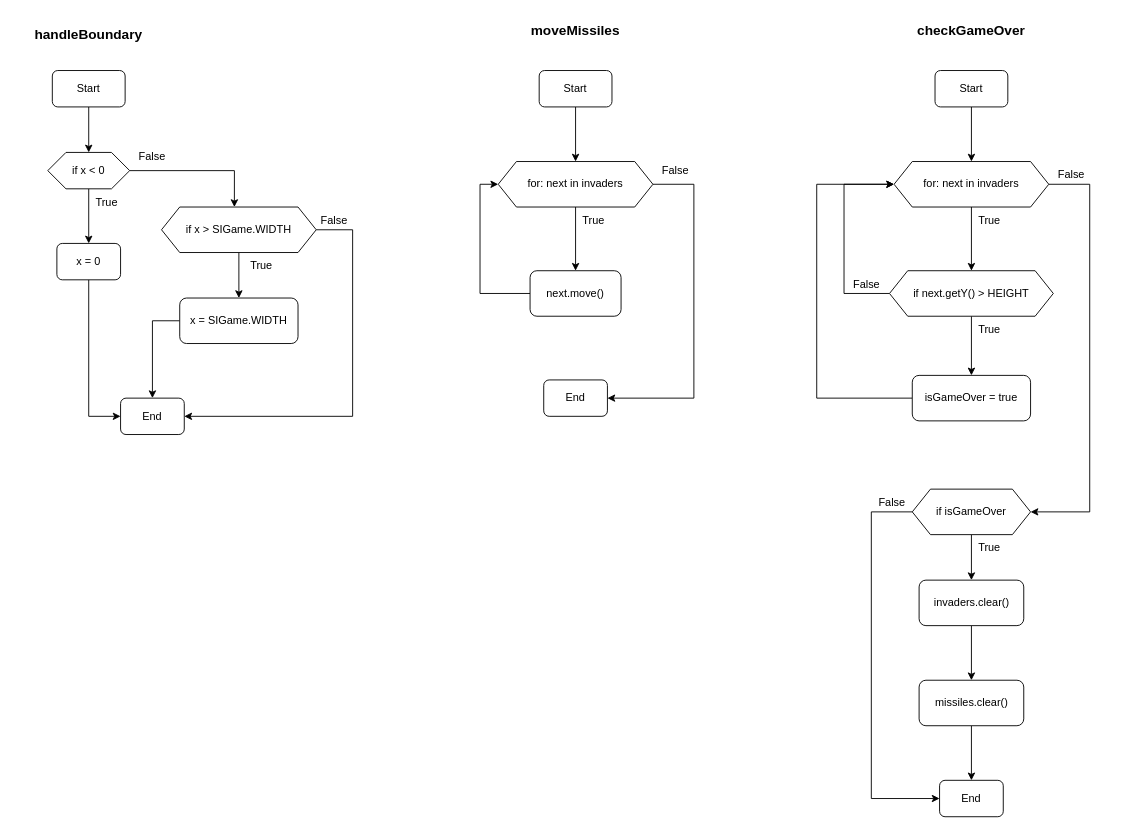
Before: Basic 2/SpaceInvader.drawio in Aimee-v-yh/draw.io, a draw.io diagram. Source tidied: cells renumbered, new cells numbered last; positions are measured from the earlier drawing's top-left corner, leaving out a move shared by most shapes. Both pictures are drawn from the tidied source at 91%, with x=0, y=0 at pixel (15, 15).
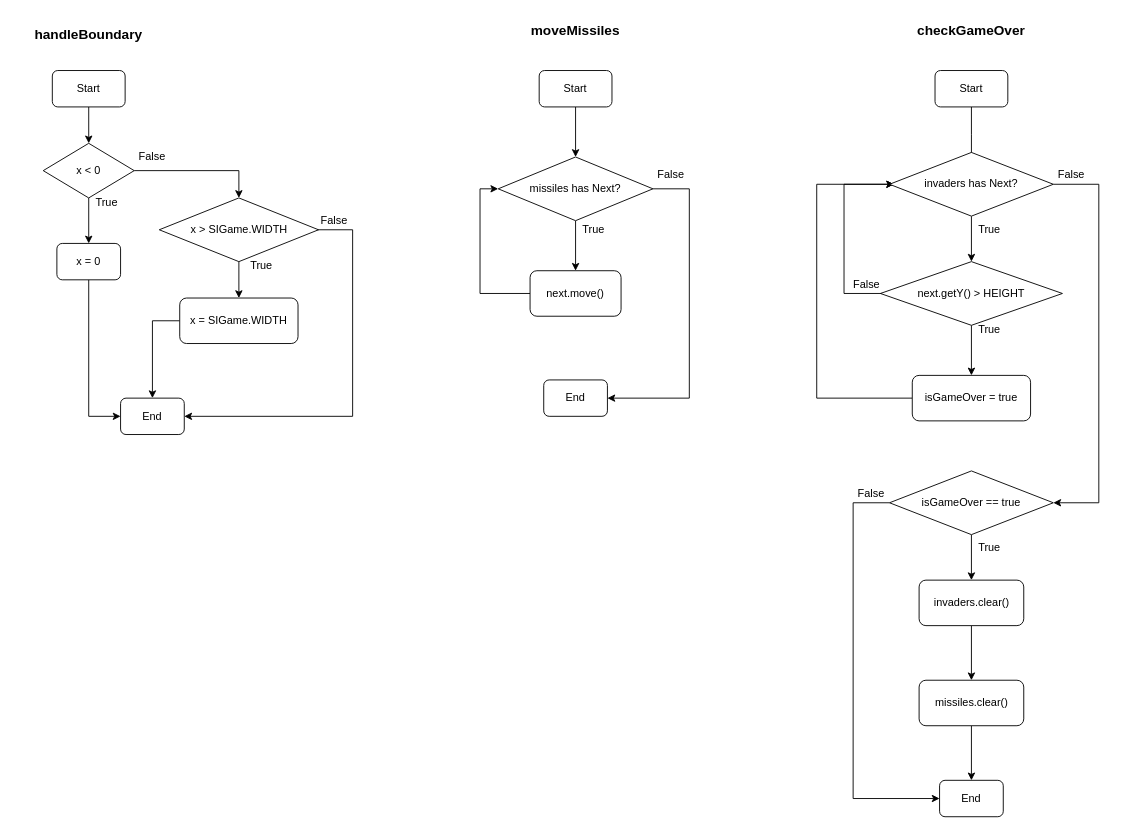
The same page after the edit.

The change refers to these unchanged cells:
```xml
<mxCell id="3" value="Start" style="rounded=1;whiteSpace=wrap;html=1;" parent="1" vertex="1">
  <mxGeometry x="40" y="60" width="80" height="40" as="geometry" />
</mxCell>
<mxCell id="9" value="x = 0" style="rounded=1;whiteSpace=wrap;html=1;" parent="1" vertex="1">
  <mxGeometry x="45" y="250" width="70" height="40" as="geometry" />
</mxCell>
<mxCell id="14" value="x = SIGame.WIDTH" style="rounded=1;whiteSpace=wrap;html=1;" parent="1" vertex="1">
  <mxGeometry x="180" y="310" width="130" height="50" as="geometry" />
</mxCell>
<mxCell id="15" value="End" style="rounded=1;whiteSpace=wrap;html=1;" parent="1" vertex="1">
  <mxGeometry x="115" y="420" width="70" height="40" as="geometry" />
</mxCell>
<mxCell id="21" value="Start" style="rounded=1;whiteSpace=wrap;html=1;" parent="1" vertex="1">
  <mxGeometry x="575" y="60" width="80" height="40" as="geometry" />
</mxCell>
<mxCell id="27" value="next.move()" style="rounded=1;whiteSpace=wrap;html=1;" parent="1" vertex="1">
  <mxGeometry x="565" y="280" width="100" height="50" as="geometry" />
</mxCell>
<mxCell id="28" value="End" style="rounded=1;whiteSpace=wrap;html=1;" parent="1" vertex="1">
  <mxGeometry x="580" y="400" width="70" height="40" as="geometry" />
</mxCell>
<mxCell id="32" value="Start" style="rounded=1;whiteSpace=wrap;html=1;" parent="1" vertex="1">
  <mxGeometry x="1010" y="60" width="80" height="40" as="geometry" />
</mxCell>
<mxCell id="41" value="isGameOver = true" style="rounded=1;whiteSpace=wrap;html=1;" parent="1" vertex="1">
  <mxGeometry x="985" y="395" width="130" height="50" as="geometry" />
</mxCell>
<mxCell id="46" value="invaders.clear()" style="rounded=1;whiteSpace=wrap;html=1;" parent="1" vertex="1">
  <mxGeometry x="992.5" y="620" width="115" height="50" as="geometry" />
</mxCell>
<mxCell id="49" value="End" style="rounded=1;whiteSpace=wrap;html=1;" parent="1" vertex="1">
  <mxGeometry x="1015" y="840" width="70" height="40" as="geometry" />
</mxCell>
```

What changed in the source:
```diff
@@
-    <mxCell id="2" style="edgeStyle=orthogonalEdgeStyle;rounded=0;jettySize=auto;html=1;exitX=0.5;exitY=1;exitDx=0;exitDy=0;entryX=0.5;entryY=0;entryDx=0;entryDy=0;" parent="1" edge="1" source="3" target="7">
-      <mxGeometry relative="1" as="geometry" />
-    </mxCell>
+    <mxCell id="56" style="edgeStyle=orthogonalEdgeStyle;rounded=0;jettySize=auto;html=1;exitX=0.5;exitY=1;exitDx=0;exitDy=0;entryX=0.5;entryY=0;entryDx=0;entryDy=0;" parent="1" edge="1" source="3" target="61">
+      <mxGeometry relative="1" as="geometry" />
+    </mxCell>
@@
-    <mxCell id="5" style="edgeStyle=orthogonalEdgeStyle;rounded=0;jettySize=auto;html=1;exitX=0.5;exitY=1;exitDx=0;exitDy=0;entryX=0.5;entryY=0;entryDx=0;entryDy=0;" parent="1" edge="1" source="7" target="9">
-      <mxGeometry relative="1" as="geometry" />
-    </mxCell>
-    <mxCell id="6" style="edgeStyle=orthogonalEdgeStyle;rounded=0;jettySize=auto;html=1;exitX=1;exitY=0.5;exitDx=0;exitDy=0;entryX=0.471;entryY=0;entryDx=0;entryDy=0;entryPerimeter=0;" parent="1" edge="1" source="7" target="12">
-      <mxGeometry relative="1" as="geometry" />
-    </mxCell>
-    <mxCell id="7" value="if x &amp;lt; 0" style="shape=hexagon;perimeter=hexagonPerimeter2;whiteSpace=wrap;html=1;fixedSize=1;" parent="1" vertex="1">
-      <mxGeometry x="35" y="150" width="90" height="40" as="geometry" />
-    </mxCell>
@@
-    <mxCell id="10" style="edgeStyle=orthogonalEdgeStyle;rounded=0;jettySize=auto;html=1;exitX=0.5;exitY=1;exitDx=0;exitDy=0;" parent="1" edge="1" source="12" target="14">
-      <mxGeometry relative="1" as="geometry" />
-    </mxCell>
-    <mxCell id="11" style="edgeStyle=orthogonalEdgeStyle;rounded=0;jettySize=auto;html=1;exitX=1;exitY=0.5;exitDx=0;exitDy=0;entryX=1;entryY=0.5;entryDx=0;entryDy=0;" parent="1" edge="1" source="12" target="15">
+    <mxCell id="11" style="edgeStyle=orthogonalEdgeStyle;rounded=0;jettySize=auto;html=1;exitX=1;exitY=0.5;exitDx=0;exitDy=0;entryX=1;entryY=0.5;entryDx=0;entryDy=0;" parent="1" edge="1" target="15">
       <mxGeometry relative="1" as="geometry">
+        <mxPoint x="330" y="235" as="sourcePoint" />
         <Array as="points">
           <mxPoint x="370" y="235" />
           <mxPoint x="370" y="440" />
         </Array>
       </mxGeometry>
     </mxCell>
-    <mxCell id="12" value="if x &amp;gt; SIGame.WIDTH" style="shape=hexagon;perimeter=hexagonPerimeter2;whiteSpace=wrap;html=1;fixedSize=1;" parent="1" vertex="1">
-      <mxGeometry x="160" y="210" width="170" height="50" as="geometry" />
-    </mxCell>
@@
-    <mxCell id="20" style="edgeStyle=orthogonalEdgeStyle;rounded=0;jettySize=auto;html=1;exitX=0.5;exitY=1;exitDx=0;exitDy=0;" parent="1" edge="1" source="21" target="25">
-      <mxGeometry relative="1" as="geometry" />
-    </mxCell>
+    <mxCell id="57" style="edgeStyle=orthogonalEdgeStyle;rounded=0;jettySize=auto;html=1;" parent="1" edge="1" source="21" target="66">
+      <mxGeometry relative="1" as="geometry" />
+    </mxCell>
@@
-    <mxCell id="23" style="edgeStyle=orthogonalEdgeStyle;rounded=0;jettySize=auto;html=1;exitX=0.5;exitY=1;exitDx=0;exitDy=0;entryX=0.5;entryY=0;entryDx=0;entryDy=0;" parent="1" edge="1" source="25" target="27">
-      <mxGeometry relative="1" as="geometry" />
-    </mxCell>
-    <mxCell id="24" style="edgeStyle=orthogonalEdgeStyle;rounded=0;jettySize=auto;html=1;exitX=1;exitY=0.5;exitDx=0;exitDy=0;entryX=1;entryY=0.5;entryDx=0;entryDy=0;" parent="1" edge="1" source="25" target="28">
-      <mxGeometry relative="1" as="geometry">
-        <Array as="points">
-          <mxPoint x="745" y="185" />
-          <mxPoint x="745" y="420" />
-        </Array>
-      </mxGeometry>
-    </mxCell>
-    <mxCell id="25" value="for: next in invaders" style="shape=hexagon;perimeter=hexagonPerimeter2;whiteSpace=wrap;html=1;fixedSize=1;" parent="1" vertex="1">
-      <mxGeometry x="530" y="160" width="170" height="50" as="geometry" />
-    </mxCell>
-    <mxCell id="26" style="edgeStyle=orthogonalEdgeStyle;rounded=0;jettySize=auto;html=1;exitX=0;exitY=0.5;exitDx=0;exitDy=0;entryX=0;entryY=0.5;entryDx=0;entryDy=0;" parent="1" edge="1" source="27" target="25">
-      <mxGeometry relative="1" as="geometry" />
-    </mxCell>
+    <mxCell id="58" style="edgeStyle=orthogonalEdgeStyle;rounded=0;jettySize=auto;html=1;exitX=0;exitY=0.5;exitDx=0;exitDy=0;entryX=0;entryY=0.5;entryDx=0;entryDy=0;" parent="1" edge="1" source="27" target="66">
+      <mxGeometry relative="1" as="geometry" />
+    </mxCell>
@@
     <mxCell id="29" value="True" style="text;strokeColor=none;align=center;fillColor=none;html=1;verticalAlign=middle;whiteSpace=wrap;rounded=0;" parent="1" vertex="1">
-      <mxGeometry x="605" y="210" width="60" height="30" as="geometry" />
+      <mxGeometry x="605" y="220" width="60" height="30" as="geometry" />
     </mxCell>
     <mxCell id="30" value="False" style="text;strokeColor=none;align=center;fillColor=none;html=1;verticalAlign=middle;whiteSpace=wrap;rounded=0;" parent="1" vertex="1">
-      <mxGeometry x="695" y="155" width="60" height="30" as="geometry" />
+      <mxGeometry x="690" y="160" width="60" height="30" as="geometry" />
     </mxCell>
-    <mxCell id="31" style="edgeStyle=orthogonalEdgeStyle;rounded=0;jettySize=auto;html=1;exitX=0.5;exitY=1;exitDx=0;exitDy=0;entryX=0.5;entryY=0;entryDx=0;entryDy=0;" parent="1" edge="1" source="32" target="36">
-      <mxGeometry relative="1" as="geometry" />
+    <mxCell id="31" style="edgeStyle=orthogonalEdgeStyle;rounded=0;jettySize=auto;html=1;exitX=0.5;exitY=1;exitDx=0;exitDy=0;entryX=0.5;entryY=0;entryDx=0;entryDy=0;" parent="1" edge="1" source="32">
+      <mxGeometry relative="1" as="geometry">
+        <mxPoint x="1050" y="160" as="targetPoint" />
+      </mxGeometry>
     </mxCell>
@@
-    <mxCell id="34" style="edgeStyle=orthogonalEdgeStyle;rounded=0;jettySize=auto;html=1;exitX=0.5;exitY=1;exitDx=0;exitDy=0;" parent="1" edge="1" source="36" target="39">
-      <mxGeometry relative="1" as="geometry" />
-    </mxCell>
-    <mxCell id="35" style="edgeStyle=orthogonalEdgeStyle;rounded=0;jettySize=auto;html=1;exitX=1;exitY=0.5;exitDx=0;exitDy=0;entryX=1;entryY=0.5;entryDx=0;entryDy=0;" parent="1" edge="1" source="36" target="44">
-      <mxGeometry relative="1" as="geometry">
-        <Array as="points">
-          <mxPoint x="1180" y="185" />
-          <mxPoint x="1180" y="545" />
-        </Array>
-      </mxGeometry>
-    </mxCell>
-    <mxCell id="36" value="for: next in invaders" style="shape=hexagon;perimeter=hexagonPerimeter2;whiteSpace=wrap;html=1;fixedSize=1;" parent="1" vertex="1">
-      <mxGeometry x="965" y="160" width="170" height="50" as="geometry" />
-    </mxCell>
-    <mxCell id="37" style="edgeStyle=orthogonalEdgeStyle;rounded=0;jettySize=auto;html=1;exitX=0.5;exitY=1;exitDx=0;exitDy=0;" parent="1" edge="1" source="39" target="41">
-      <mxGeometry relative="1" as="geometry" />
-    </mxCell>
-    <mxCell id="38" style="edgeStyle=orthogonalEdgeStyle;rounded=0;jettySize=auto;html=1;exitX=0;exitY=0.5;exitDx=0;exitDy=0;entryX=0;entryY=0.5;entryDx=0;entryDy=0;" parent="1" edge="1" source="39" target="36">
+    <mxCell id="38" style="edgeStyle=orthogonalEdgeStyle;rounded=0;orthogonalLoop=1;jettySize=auto;html=1;exitX=0;exitY=0.5;exitDx=0;exitDy=0;entryX=0;entryY=0.5;entryDx=0;entryDy=0;" parent="1" edge="1">
       <mxGeometry relative="1" as="geometry">
+        <mxPoint x="960" y="305" as="sourcePoint" />
+        <mxPoint x="965" y="185" as="targetPoint" />
         <Array as="points">
           <mxPoint x="910" y="305" />
           <mxPoint x="910" y="185" />
         </Array>
       </mxGeometry>
     </mxCell>
-    <mxCell id="39" value="if next.getY() &amp;gt; HEIGHT" style="shape=hexagon;perimeter=hexagonPerimeter2;whiteSpace=wrap;html=1;fixedSize=1;" parent="1" vertex="1">
-      <mxGeometry x="960" y="280" width="180" height="50" as="geometry" />
-    </mxCell>
-    <mxCell id="40" style="edgeStyle=orthogonalEdgeStyle;rounded=0;jettySize=auto;html=1;exitX=0;exitY=0.5;exitDx=0;exitDy=0;entryX=0;entryY=0.5;entryDx=0;entryDy=0;" parent="1" edge="1" source="41" target="36">
+    <mxCell id="40" style="edgeStyle=orthogonalEdgeStyle;rounded=0;jettySize=auto;html=1;exitX=0;exitY=0.5;exitDx=0;exitDy=0;entryX=0;entryY=0.5;entryDx=0;entryDy=0;" parent="1" edge="1" source="41">
       <mxGeometry relative="1" as="geometry">
+        <mxPoint x="965" y="185" as="targetPoint" />
         <Array as="points">
           <mxPoint x="880" y="420" />
           <mxPoint x="880" y="185" />
         </Array>
       </mxGeometry>
     </mxCell>
@@
-    <mxCell id="42" style="edgeStyle=orthogonalEdgeStyle;rounded=0;jettySize=auto;html=1;exitX=0.5;exitY=1;exitDx=0;exitDy=0;" parent="1" edge="1" source="44" target="46">
-      <mxGeometry relative="1" as="geometry" />
-    </mxCell>
-    <mxCell id="43" style="edgeStyle=orthogonalEdgeStyle;rounded=0;jettySize=auto;html=1;exitX=0;exitY=0.5;exitDx=0;exitDy=0;entryX=0;entryY=0.5;entryDx=0;entryDy=0;" parent="1" edge="1" source="44" target="49">
-      <mxGeometry relative="1" as="geometry">
-        <Array as="points">
-          <mxPoint x="940" y="545" />
-          <mxPoint x="940" y="860" />
-        </Array>
-      </mxGeometry>
-    </mxCell>
-    <mxCell id="44" value="if isGameOver" style="shape=hexagon;perimeter=hexagonPerimeter2;whiteSpace=wrap;html=1;fixedSize=1;" parent="1" vertex="1">
-      <mxGeometry x="985" y="520" width="130" height="50" as="geometry" />
-    </mxCell>
@@
     <mxCell id="50" value="True" style="text;strokeColor=none;align=center;fillColor=none;html=1;verticalAlign=middle;whiteSpace=wrap;rounded=0;" parent="1" vertex="1">
-      <mxGeometry x="1040" y="210" width="60" height="30" as="geometry" />
+      <mxGeometry x="1040" y="220" width="60" height="30" as="geometry" />
     </mxCell>
@@
     <mxCell id="55" value="False" style="text;strokeColor=none;align=center;fillColor=none;html=1;verticalAlign=middle;whiteSpace=wrap;rounded=0;" parent="1" vertex="1">
-      <mxGeometry x="932.5" y="520" width="60" height="30" as="geometry" />
+      <mxGeometry x="910" y="510" width="60" height="30" as="geometry" />
     </mxCell>
+    <mxCell id="59" style="edgeStyle=orthogonalEdgeStyle;rounded=0;jettySize=auto;html=1;exitX=0.5;exitY=1;exitDx=0;exitDy=0;entryX=0.5;entryY=0;entryDx=0;entryDy=0;" parent="1" edge="1" source="61" target="9">
+      <mxGeometry relative="1" as="geometry" />
+    </mxCell>
+    <mxCell id="60" style="edgeStyle=orthogonalEdgeStyle;rounded=0;jettySize=auto;html=1;exitX=1;exitY=0.5;exitDx=0;exitDy=0;entryX=0.5;entryY=0;entryDx=0;entryDy=0;" parent="1" edge="1" source="61" target="63">
+      <mxGeometry relative="1" as="geometry" />
+    </mxCell>
+    <mxCell id="61" value="x &amp;lt; 0" style="rhombus;whiteSpace=wrap;html=1;" parent="1" vertex="1">
+      <mxGeometry x="30" y="140" width="100" height="60" as="geometry" />
+    </mxCell>
+    <mxCell id="62" style="edgeStyle=orthogonalEdgeStyle;rounded=0;jettySize=auto;html=1;exitX=0.5;exitY=1;exitDx=0;exitDy=0;" parent="1" edge="1" source="63" target="14">
+      <mxGeometry relative="1" as="geometry" />
+    </mxCell>
+    <mxCell id="63" value="x &amp;gt; SIGame.WIDTH" style="rhombus;whiteSpace=wrap;html=1;" parent="1" vertex="1">
+      <mxGeometry x="157.5" y="200" width="175" height="70" as="geometry" />
+    </mxCell>
+    <mxCell id="64" style="edgeStyle=orthogonalEdgeStyle;rounded=0;jettySize=auto;html=1;" parent="1" edge="1" source="66" target="27">
+      <mxGeometry relative="1" as="geometry" />
+    </mxCell>
+    <mxCell id="65" style="edgeStyle=orthogonalEdgeStyle;rounded=0;jettySize=auto;html=1;exitX=1;exitY=0.5;exitDx=0;exitDy=0;entryX=1;entryY=0.5;entryDx=0;entryDy=0;" parent="1" edge="1" source="66" target="28">
+      <mxGeometry relative="1" as="geometry">
+        <Array as="points">
+          <mxPoint x="740" y="190" />
+          <mxPoint x="740" y="420" />
+        </Array>
+      </mxGeometry>
+    </mxCell>
+    <mxCell id="66" value="missiles has Next?" style="rhombus;whiteSpace=wrap;html=1;" parent="1" vertex="1">
+      <mxGeometry x="530" y="155" width="170" height="70" as="geometry" />
+    </mxCell>
+    <mxCell id="67" style="edgeStyle=orthogonalEdgeStyle;rounded=0;jettySize=auto;html=1;exitX=0.5;exitY=1;exitDx=0;exitDy=0;entryX=0.5;entryY=0;entryDx=0;entryDy=0;" parent="1" edge="1" source="69" target="71">
+      <mxGeometry relative="1" as="geometry" />
+    </mxCell>
+    <mxCell id="68" style="edgeStyle=orthogonalEdgeStyle;rounded=0;jettySize=auto;html=1;exitX=1;exitY=0.5;exitDx=0;exitDy=0;entryX=1;entryY=0.5;entryDx=0;entryDy=0;" parent="1" edge="1" source="69" target="74">
+      <mxGeometry relative="1" as="geometry">
+        <Array as="points">
+          <mxPoint x="1190" y="185" />
+          <mxPoint x="1190" y="535" />
+        </Array>
+      </mxGeometry>
+    </mxCell>
+    <mxCell id="69" value="invaders has Next?" style="rhombus;whiteSpace=wrap;html=1;" parent="1" vertex="1">
+      <mxGeometry x="960" y="150" width="180" height="70" as="geometry" />
+    </mxCell>
+    <mxCell id="70" style="edgeStyle=orthogonalEdgeStyle;rounded=0;jettySize=auto;html=1;exitX=0.5;exitY=1;exitDx=0;exitDy=0;" parent="1" edge="1" source="71" target="41">
+      <mxGeometry relative="1" as="geometry" />
+    </mxCell>
+    <mxCell id="71" value="next.getY() &amp;gt; HEIGHT" style="rhombus;whiteSpace=wrap;html=1;" parent="1" vertex="1">
+      <mxGeometry x="950" y="270" width="200" height="70" as="geometry" />
+    </mxCell>
+    <mxCell id="72" style="edgeStyle=orthogonalEdgeStyle;rounded=0;jettySize=auto;html=1;exitX=0.5;exitY=1;exitDx=0;exitDy=0;entryX=0.5;entryY=0;entryDx=0;entryDy=0;" parent="1" edge="1" source="74" target="46">
+      <mxGeometry relative="1" as="geometry" />
+    </mxCell>
+    <mxCell id="73" style="edgeStyle=orthogonalEdgeStyle;rounded=0;jettySize=auto;html=1;exitX=0;exitY=0.5;exitDx=0;exitDy=0;entryX=0;entryY=0.5;entryDx=0;entryDy=0;" parent="1" edge="1" source="74" target="49">
+      <mxGeometry relative="1" as="geometry">
+        <Array as="points">
+          <mxPoint x="920" y="535" />
+          <mxPoint x="920" y="860" />
+        </Array>
+      </mxGeometry>
+    </mxCell>
+    <mxCell id="74" value="isGameOver == true" style="rhombus;whiteSpace=wrap;html=1;" parent="1" vertex="1">
+      <mxGeometry x="960" y="500" width="180" height="70" as="geometry" />
+    </mxCell>
```
